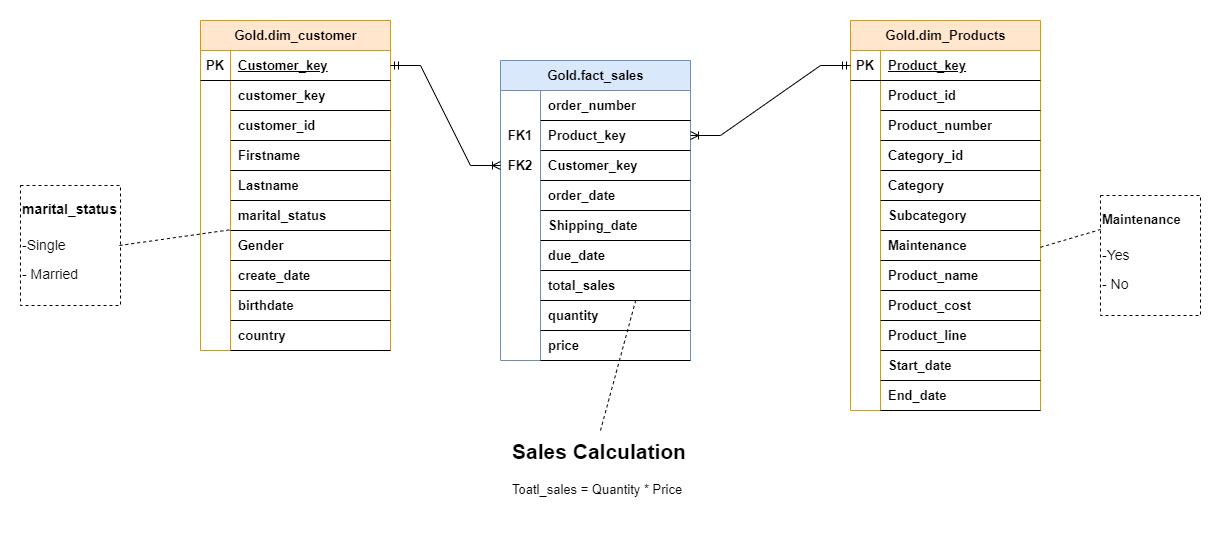
Before: docs/Data_model.png, a diagram exported from draw.io (de-taufeeqahmed/Data-warehouse-SQL). Source tidied: cells renumbered, new cells last; positions are measured from the earlier drawing's top-left corner, leaving out a move shared by most shapes.
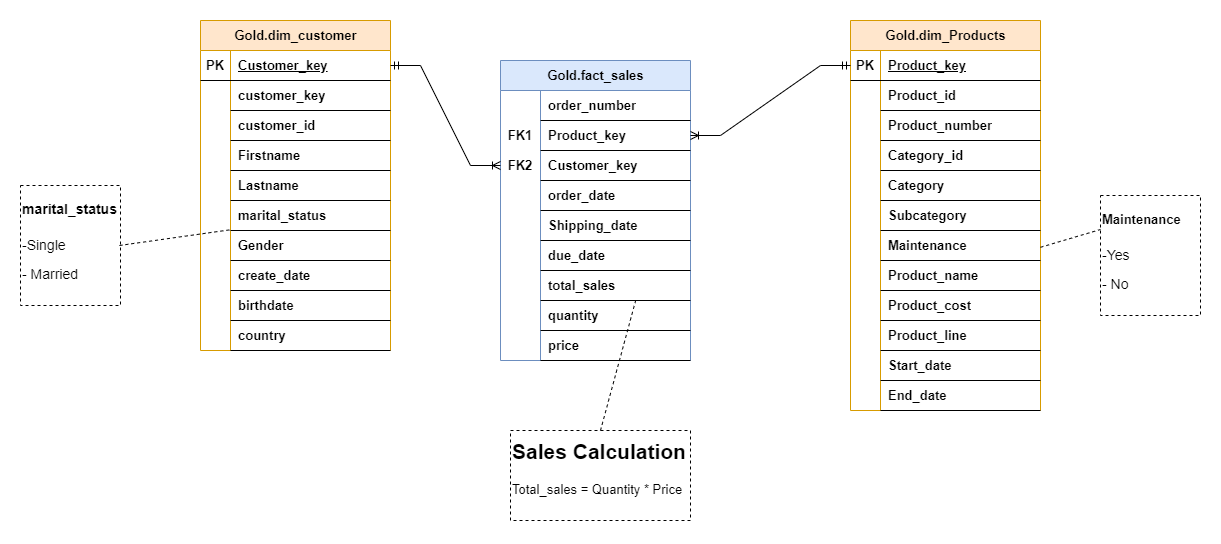
The same file after the commit.

Change to the diagram source:
```diff
@@ -303,7 +303,7 @@
         </Array>
       </mxGeometry>
     </mxCell>
-    <mxCell id="100" value="&lt;h1 style=&quot;margin-top: 0px;&quot;&gt;&lt;font style=&quot;font-size: 21px;&quot;&gt;Sales Calculation&lt;/font&gt;&lt;/h1&gt;&lt;p&gt;&lt;font style=&quot;font-size: 13px;&quot;&gt;Toatl_sales = Quantity * Price&lt;/font&gt;&lt;/p&gt;" style="text;html=1;whiteSpace=wrap;overflow=hidden;rounded=0;" parent="1" vertex="1">
+    <mxCell id="100" value="&lt;h1 style=&quot;margin-top: 0px;&quot;&gt;&lt;font style=&quot;font-size: 21px;&quot;&gt;Sales Calculation&lt;/font&gt;&lt;/h1&gt;&lt;p&gt;&lt;font style=&quot;font-size: 13px;&quot;&gt;Total_sales = Quantity * Price&lt;/font&gt;&lt;/p&gt;" style="text;html=1;whiteSpace=wrap;overflow=hidden;rounded=0;dashed=1;strokeColor=default;" parent="1" vertex="1">
       <mxGeometry x="490" y="410" width="180" height="90" as="geometry" />
     </mxCell>
     <mxCell id="101" style="endArrow=none;dashed=1;html=1;rounded=0;exitX=0.5;exitY=0;exitDx=0;exitDy=0;entryX=0.712;entryY=-0.013;entryDx=0;entryDy=0;entryPerimeter=0;strokeColor=default;" parent="1" edge="1" source="100" target="92">
```
